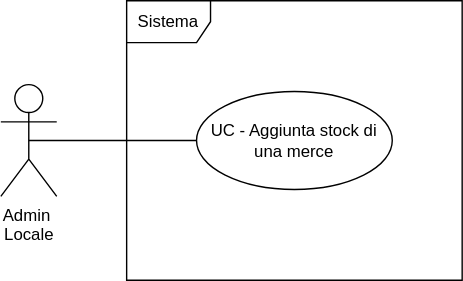
alimitedgroup/alimitedgroup.github.io keeps this draw.io diagram as assets/diagrams/UC42.svg. Above is the earlier version. Source tidied: cells renumbered, new cells last; positions are measured from the earlier drawing's top-left corner, leaving out a move shared by most shapes.
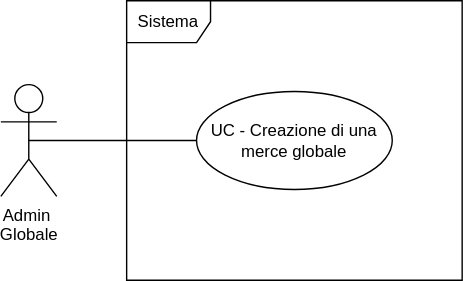
The same diagram one commit later.

The edit, as a diff of the source:
```diff
@@ -2,17 +2,17 @@
   <root>
     <mxCell id="0" />
     <mxCell id="1" parent="0" />
-    <mxCell id="2" value="Admin&amp;nbsp;&lt;div&gt;Locale&lt;/div&gt;" style="shape=umlActor;verticalLabelPosition=bottom;verticalAlign=top;html=1;outlineConnect=0;" parent="1" vertex="1">
-      <mxGeometry y="60" width="40" height="80" as="geometry" />
-    </mxCell>
+    <mxCell id="6" value="Admin&amp;nbsp;&lt;div&gt;Globale&lt;/div&gt;" style="shape=umlActor;verticalLabelPosition=bottom;verticalAlign=top;html=1;outlineConnect=0;" parent="1" vertex="1">
+      <mxGeometry y="60" width="40" height="80" as="geometry" />
+    </mxCell>
     <mxCell id="3" value="Sistema" style="shape=umlFrame;whiteSpace=wrap;html=1;" parent="1" vertex="1">
       <mxGeometry x="90" width="240" height="200" as="geometry" />
     </mxCell>
-    <mxCell id="4" value="UC - Aggiunta stock di una merce" style="ellipse;whiteSpace=wrap;html=1;" parent="1" vertex="1">
-      <mxGeometry x="140" y="65" width="140" height="70" as="geometry" />
-    </mxCell>
-    <mxCell id="5" style="endArrow=none;html=1;rounded=0;fontSize=12;startSize=8;endSize=8;curved=1;exitX=0.5;exitY=0.5;exitDx=0;exitDy=0;exitPerimeter=0;entryX=0;entryY=0.5;entryDx=0;entryDy=0;" parent="1" edge="1" source="2" target="4">
-      <mxGeometry relative="1" as="geometry" />
-    </mxCell>
+    <mxCell id="7" value="UC - Creazione di una merce globale" style="ellipse;whiteSpace=wrap;html=1;" parent="1" vertex="1">
+      <mxGeometry x="140" y="65" width="140" height="70" as="geometry" />
+    </mxCell>
+    <mxCell id="8" style="endArrow=none;html=1;rounded=0;fontSize=12;startSize=8;endSize=8;curved=1;exitX=0.5;exitY=0.5;exitDx=0;exitDy=0;exitPerimeter=0;entryX=0;entryY=0.5;entryDx=0;entryDy=0;" parent="1" edge="1" source="6" target="7">
+      <mxGeometry relative="1" as="geometry" />
+    </mxCell>
   </root>
 </mxGraphModel>
```
